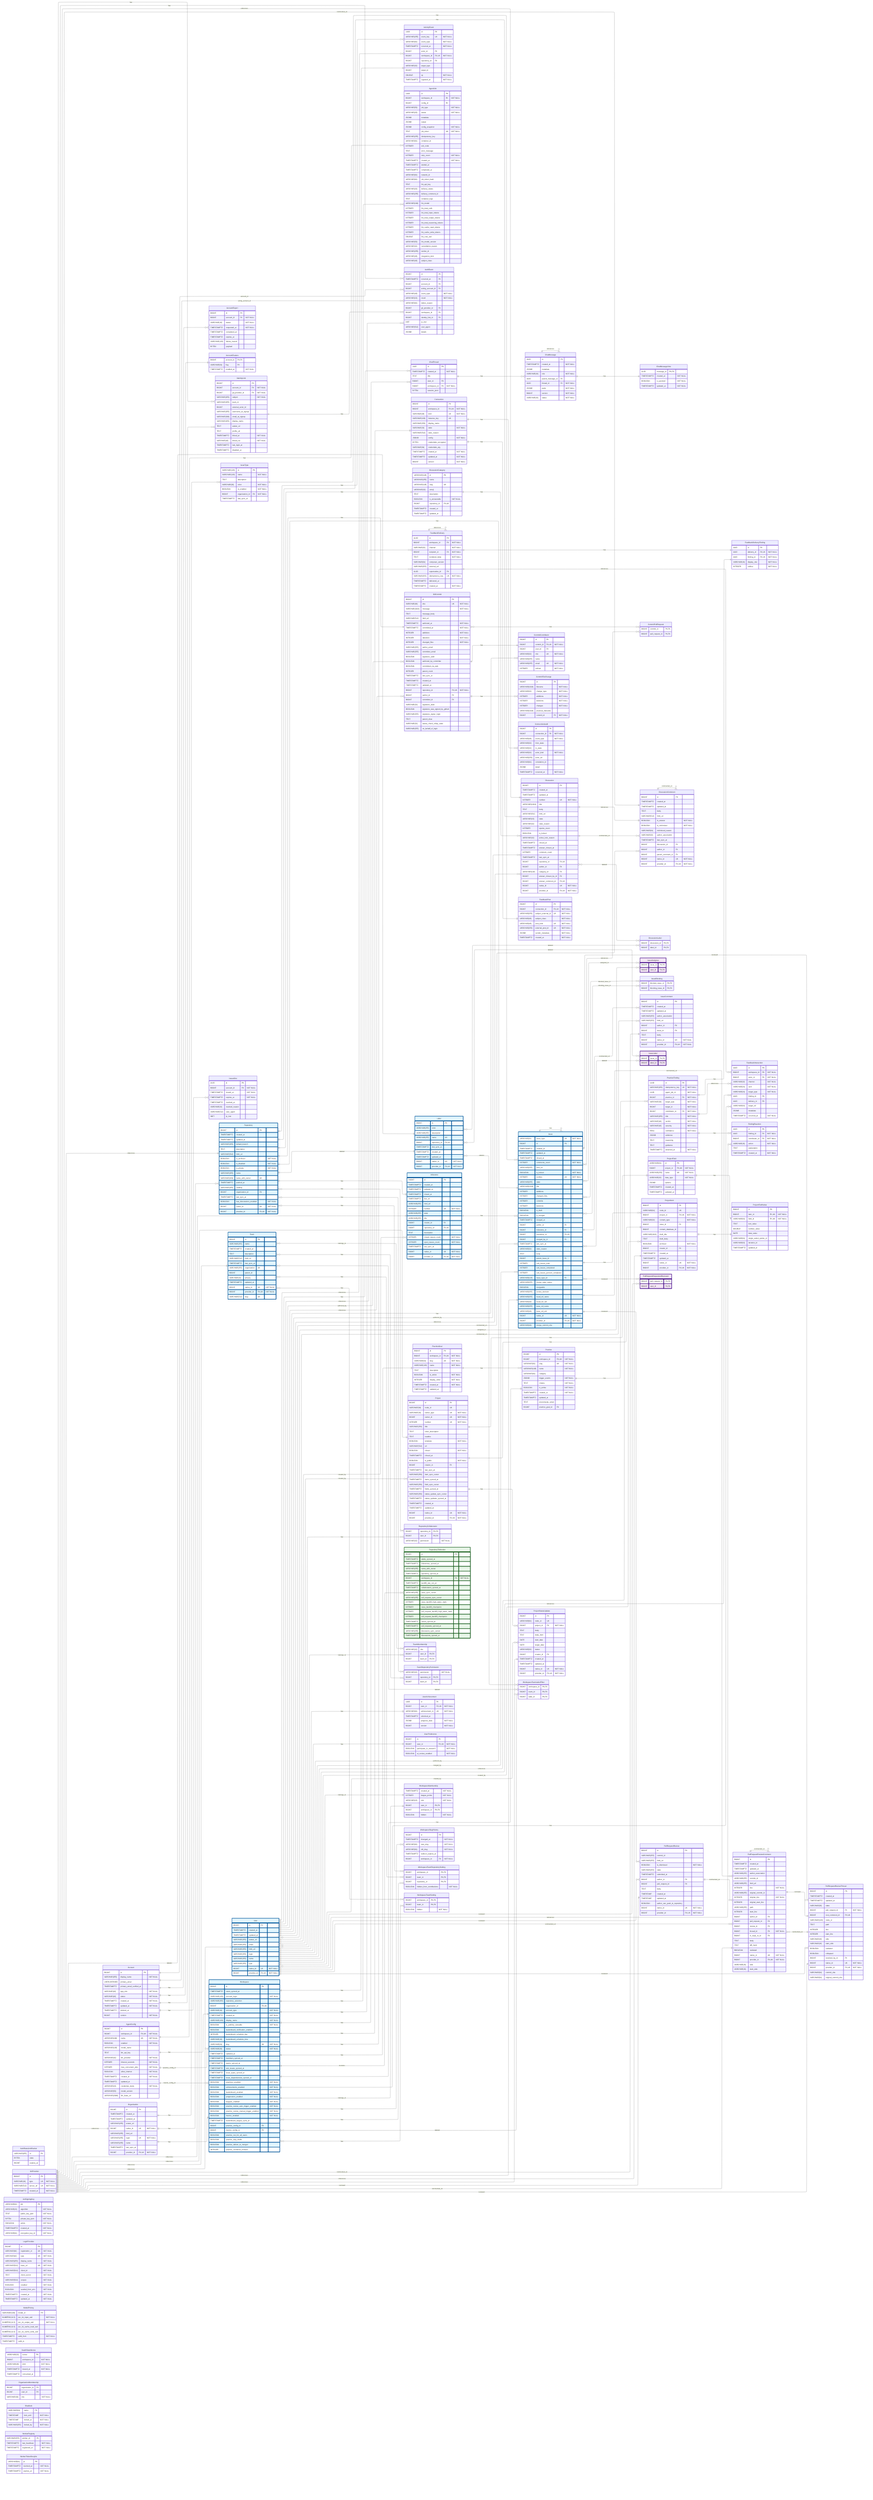
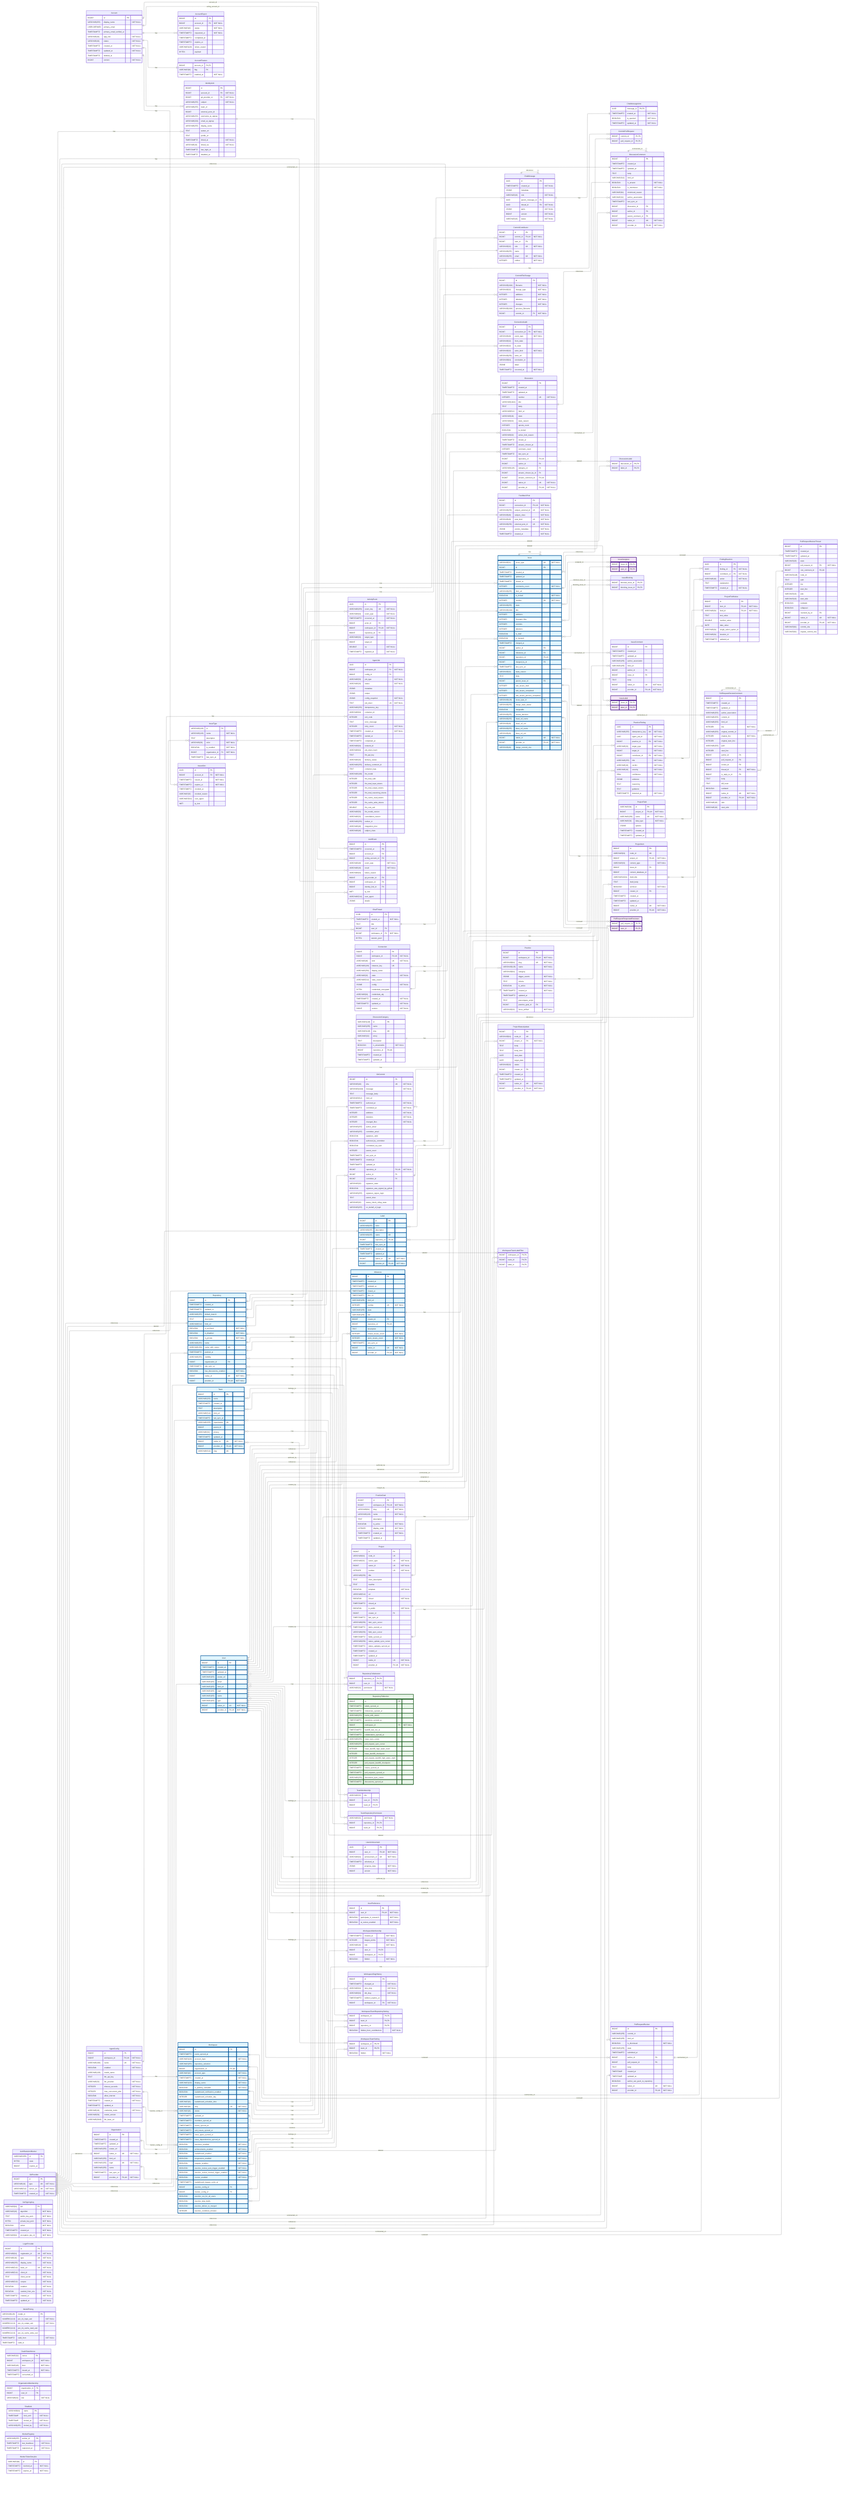
---
config:
    layout: elk
---
erDiagram
    %% Generated automatically from PostgreSQL database schema
    %% using scripts/generate-mermaid-erd.ts
    %% To regenerate: pnpm run db:generate-erd-docs

    direction LR

    Account {
        BIGINT id PK
        VARCHAR(255) display_name "NOT NULL"
        USER-DEFINED primary_email
        TIMESTAMPTZ primary_email_verified_at
        VARCHAR(16) app_role "NOT NULL"
        VARCHAR(16) status "NOT NULL"
        TIMESTAMPTZ created_at "NOT NULL"
        TIMESTAMPTZ updated_at "NOT NULL"
        TIMESTAMPTZ deleted_at
        BIGINT version "NOT NULL"
    }

    AccountExport {
        BIGINT id PK
        BIGINT account_id FK "NOT NULL"
        VARCHAR(16) status "NOT NULL"
        TIMESTAMPTZ requested_at "NOT NULL"
        TIMESTAMPTZ completed_at
        TIMESTAMPTZ expires_at
        VARCHAR(128) failure_reason
        BYTEA payload
    }

    AccountFeature {
        BIGINT account_id PK,FK
        VARCHAR(64) flag PK
        TIMESTAMPTZ enabled_at "NOT NULL"
    }

    ActivityEvent {
        UUID id PK
        VARCHAR(255) event_key UK "NOT NULL"
        VARCHAR(64) event_type "NOT NULL"
        TIMESTAMPTZ occurred_at "NOT NULL"
        BIGINT actor_id FK
        BIGINT workspace_id FK,UK "NOT NULL"
        BIGINT repository_id FK
        VARCHAR(32) target_type
        BIGINT target_id
        DOUBLE xp "NOT NULL"
        TIMESTAMPTZ ingested_at "NOT NULL"
    }

    AgentConfig {
        BIGINT id PK
        BIGINT workspace_id FK,UK "NOT NULL"
        VARCHAR(100) name UK "NOT NULL"
        BOOLEAN enabled "NOT NULL"
        VARCHAR(128) model_name
        TEXT llm_api_key
        VARCHAR(32) llm_provider "NOT NULL"
        INTEGER timeout_seconds "NOT NULL"
        INTEGER max_concurrent_jobs "NOT NULL"
        BOOLEAN allow_internet "NOT NULL"
        TIMESTAMPTZ created_at "NOT NULL"
        TIMESTAMPTZ updated_at
        VARCHAR(16) credential_mode "NOT NULL"
        VARCHAR(50) model_version
        VARCHAR(2048) llm_base_url
    }

    AgentJob {
        UUID id PK
        BIGINT workspace_id FK "NOT NULL"
        BIGINT config_id FK
        VARCHAR(50) job_type "NOT NULL"
        VARCHAR(20) status "NOT NULL"
        JSONB metadata
        JSONB output
        JSONB config_snapshot "NOT NULL"
        TEXT job_token UK "NOT NULL"
        VARCHAR(255) idempotency_key
        VARCHAR(64) container_id
        INTEGER exit_code
        TEXT error_message
        INTEGER retry_count "NOT NULL"
        TIMESTAMPTZ created_at "NOT NULL"
        TIMESTAMPTZ started_at
        TIMESTAMPTZ completed_at
        VARCHAR(64) network_id
        VARCHAR(64) job_token_hash
        TEXT llm_api_key
        VARCHAR(20) delivery_status
        VARCHAR(255) delivery_comment_id
        TEXT container_logs
        VARCHAR(100) llm_model
        INTEGER llm_total_calls
        INTEGER llm_total_input_tokens
        INTEGER llm_total_output_tokens
        INTEGER llm_total_reasoning_tokens
        INTEGER llm_cache_read_tokens
        INTEGER llm_cache_write_tokens
        DOUBLE llm_cost_usd
        VARCHAR(50) llm_model_version
        VARCHAR(32) cancellation_reason
        VARCHAR(255) worker_id
        VARCHAR(48) integration_kind
        VARCHAR(48) subject_class
    }

    AuthEvent {
        BIGINT id PK
        TIMESTAMPTZ occurred_at PK
        BIGINT account_id FK
        BIGINT acting_account_id FK
        VARCHAR(48) event_type "NOT NULL"
        VARCHAR(16) result "NOT NULL"
        VARCHAR(64) failure_reason
        BIGINT git_provider_id FK
        BIGINT workspace_id FK
        BIGINT identity_link_id FK
        INET ip_inet
        VARCHAR(512) user_agent
        JSONB details
    }

    AuthRateLimitBucket {
        VARCHAR(255) id PK
        BYTEA state
        BIGINT expires_at
    }

    ChatMessage {
        UUID id PK
        TIMESTAMPTZ created_at "NOT NULL"
        JSONB metadata
        VARCHAR(16) role "NOT NULL"
        UUID parent_message_id FK
        UUID thread_id FK "NOT NULL"
        JSONB parts "NOT NULL"
        BIGINT version "NOT NULL"
        VARCHAR(16) status "NOT NULL"
    }

    ChatMessageVote {
        UUID message_id PK,FK
        TIMESTAMPTZ created_at "NOT NULL"
        BOOLEAN is_upvoted "NOT NULL"
        TIMESTAMPTZ updated_at "NOT NULL"
    }

    ChatThread {
        UUID id PK
        TIMESTAMPTZ created_at "NOT NULL"
        TEXT title
        BIGINT user_id FK
        BIGINT workspace_id FK "NOT NULL"
        BYTEA session_jsonl
    }

    CommitContributor {
        BIGINT id PK
        BIGINT commit_id FK,UK "NOT NULL"
        BIGINT user_id FK
        VARCHAR(32) role UK "NOT NULL"
        VARCHAR(255) name
        VARCHAR(255) email UK "NOT NULL"
        INTEGER ordinal "NOT NULL"
    }

    CommitFileChange {
        BIGINT id PK
        VARCHAR(1024) filename "NOT NULL"
        VARCHAR(32) change_type "NOT NULL"
        INTEGER additions "NOT NULL"
        INTEGER deletions "NOT NULL"
        INTEGER changes "NOT NULL"
        VARCHAR(1024) previous_filename
        BIGINT commit_id FK "NOT NULL"
    }

    CommitPullRequest {
        BIGINT commit_id PK,FK
        BIGINT pull_request_id PK,FK
    }

    Connection {
        BIGINT id PK
        BIGINT workspace_id FK,UK "NOT NULL"
        VARCHAR(48) kind UK "NOT NULL"
        VARCHAR(128) instance_key UK
        VARCHAR(256) display_name
        VARCHAR(32) state "NOT NULL"
        VARCHAR(512) state_reason
        JSONB config "NOT NULL"
        BYTEA credentials_encrypted
        VARCHAR(64) credentials_alg
        TIMESTAMPTZ created_at "NOT NULL"
        TIMESTAMPTZ updated_at "NOT NULL"
        BIGINT version "NOT NULL"
    }

    ConnectionAudit {
        BIGINT id PK
        BIGINT connection_id FK "NOT NULL"
        VARCHAR(48) event_type "NOT NULL"
        VARCHAR(32) from_state
        VARCHAR(32) to_state
        VARCHAR(32) actor_kind "NOT NULL"
        VARCHAR(256) actor_ref
        VARCHAR(64) correlation_id
        JSONB detail
        TIMESTAMPTZ occurred_at "NOT NULL"
    }

    Discussion {
        BIGINT id PK
        TIMESTAMPTZ created_at
        TIMESTAMPTZ updated_at
        INTEGER number UK "NOT NULL"
        VARCHAR(1024) title
        TEXT body
        VARCHAR(512) html_url
        VARCHAR(16) state
        VARCHAR(32) state_reason
        INTEGER upvote_count
        BOOLEAN is_locked
        VARCHAR(32) active_lock_reason
        TIMESTAMPTZ closed_at
        TIMESTAMPTZ answer_chosen_at
        INTEGER comment_count
        TIMESTAMPTZ last_sync_at
        BIGINT repository_id FK,UK
        BIGINT author_id FK
        VARCHAR(128) category_id FK
        BIGINT answer_chosen_by_id FK
        BIGINT answer_comment_id FK,UK
        BIGINT native_id UK "NOT NULL"
        BIGINT provider_id FK,UK "NOT NULL"
    }

    DiscussionCategory {
        VARCHAR(128) id PK
        VARCHAR(255) name
        VARCHAR(128) slug UK
        VARCHAR(32) emoji
        TEXT description
        BOOLEAN is_answerable "NOT NULL"
        BIGINT repository_id FK,UK
        TIMESTAMPTZ created_at
        TIMESTAMPTZ updated_at
    }

    DiscussionComment {
        BIGINT id PK
        TIMESTAMPTZ created_at
        TIMESTAMPTZ updated_at
        TEXT body
        VARCHAR(512) html_url
        BOOLEAN is_answer "NOT NULL"
        BOOLEAN is_minimized "NOT NULL"
        VARCHAR(64) minimized_reason
        VARCHAR(32) author_association
        TIMESTAMPTZ last_sync_at
        BIGINT discussion_id FK
        BIGINT author_id FK
        BIGINT parent_comment_id FK
        BIGINT native_id UK "NOT NULL"
        BIGINT provider_id FK,UK "NOT NULL"
    }

    DiscussionLabel {
        BIGINT discussion_id PK,FK
        BIGINT label_id PK,FK
-     }
- 
-     FeedbackDelivery {
-         UUID id PK
-         BIGINT workspace_id FK "NOT NULL"
-         VARCHAR(32) channel "NOT NULL"
-         BIGINT recipient_id FK "NOT NULL"
-         TEXT rendered_body "NOT NULL"
-         VARCHAR(64) composer_version
-         VARCHAR(255) external_ref
-         UUID supersedes_id FK
-         VARCHAR(255) idempotency_key UK "NOT NULL"
-         TIMESTAMPTZ delivered_at
-         TIMESTAMPTZ created_at "NOT NULL"
-     }
- 
-     FeedbackDeliveryFinding {
-         UUID id PK
-         UUID delivery_id FK,UK "NOT NULL"
-         UUID finding_id FK,UK "NOT NULL"
-         VARCHAR(16) display_role "NOT NULL"
-         INTEGER ordinal "NOT NULL"
-     }
- 
-     FeedbackInteraction {
-         UUID id PK
-         BIGINT workspace_id FK "NOT NULL"
-         BIGINT actor_id FK "NOT NULL"
-         VARCHAR(32) channel "NOT NULL"
-         VARCHAR(24) verb "NOT NULL"
-         VARCHAR(24) target_type "NOT NULL"
-         UUID finding_id FK
-         UUID delivery_id FK
-         VARCHAR(64) target_ref
-         JSONB metadata
-         TIMESTAMPTZ occurred_at "NOT NULL"
    }

    FeedbackPost {
        BIGINT id PK
        BIGINT connection_id FK,UK "NOT NULL"
        VARCHAR(256) subject_external_id UK "NOT NULL"
        VARCHAR(48) subject_class "NOT NULL"
        VARCHAR(48) post_kind UK "NOT NULL"
        VARCHAR(256) external_post_id UK "NOT NULL"
        JSONB vendor_metadata "NOT NULL"
        TIMESTAMPTZ created_at "NOT NULL"
    }

    FindingReaction {
        UUID id PK
        UUID finding_id FK "NOT NULL"
        BIGINT contributor_id FK "NOT NULL"
        VARCHAR(16) action "NOT NULL"
        TEXT explanation
        TIMESTAMPTZ created_at "NOT NULL"
    }

    GitCommit {
        BIGINT id PK
        VARCHAR(40) sha UK "NOT NULL"
        VARCHAR(1024) message "NOT NULL"
        TEXT message_body
        VARCHAR(512) html_url
        TIMESTAMPTZ authored_at "NOT NULL"
        TIMESTAMPTZ committed_at "NOT NULL"
        INTEGER additions "NOT NULL"
        INTEGER deletions "NOT NULL"
        INTEGER changed_files "NOT NULL"
        VARCHAR(255) author_email
        VARCHAR(255) committer_email
        BOOLEAN signature_valid
        BOOLEAN authored_by_committer
        BOOLEAN committed_via_web
        INTEGER parent_count
        TIMESTAMPTZ last_sync_at
        TIMESTAMPTZ created_at
        TIMESTAMPTZ updated_at
        BIGINT repository_id FK,UK "NOT NULL"
        BIGINT author_id FK
        BIGINT committer_id FK
        VARCHAR(32) signature_state
        BOOLEAN signature_was_signed_by_github
        VARCHAR(255) signature_signer_login
        TEXT parent_shas
        VARCHAR(32) status_check_rollup_state
        VARCHAR(255) on_behalf_of_login
    }

    GitProvider {
        BIGINT id PK
        VARCHAR(10) type UK "NOT NULL"
        VARCHAR(512) server_url UK "NOT NULL"
        TIMESTAMPTZ created_at "NOT NULL"
    }

    IdentityLink {
        BIGINT id PK
        BIGINT account_id FK "NOT NULL"
        BIGINT git_provider_id FK "NOT NULL"
        VARCHAR(255) subject "NOT NULL"
        VARCHAR(255) team_id
        BIGINT external_actor_id
        VARCHAR(255) username_at_signup
        VARCHAR(320) email_at_signup
        VARCHAR(255) display_name
        TEXT avatar_url
        TEXT profile_url
        TIMESTAMPTZ linked_at "NOT NULL"
        VARCHAR(16) linked_via "NOT NULL"
        TIMESTAMPTZ last_login_at
        TIMESTAMPTZ disabled_at
    }

    Issue {
        VARCHAR(31) issue_type UK "NOT NULL"
        BIGINT id PK
        TIMESTAMPTZ created_at
        TIMESTAMPTZ updated_at
        TIMESTAMPTZ closed_at
        INTEGER comments_count "NOT NULL"
        VARCHAR(255) html_url
        BOOLEAN is_locked "NOT NULL"
        INTEGER number UK "NOT NULL"
        VARCHAR(255) state
        VARCHAR(1024) title
        INTEGER additions
        INTEGER changed_files
        INTEGER commits
        INTEGER deletions
        BOOLEAN is_draft
        BOOLEAN is_merged
        TIMESTAMPTZ merged_at
        BIGINT author_id FK
        BIGINT milestone_id FK
        BIGINT repository_id FK,UK
        BIGINT merged_by_id FK
        TIMESTAMPTZ last_sync_at
        VARCHAR(32) state_reason
        TEXT body
        BIGINT parent_issue_id FK
        INTEGER sub_issues_total
        INTEGER sub_issues_completed
        INTEGER sub_issues_percent_completed
        VARCHAR(128) issue_type_id FK
        VARCHAR(255) merge_state_status
        BOOLEAN mergeable
        VARCHAR(255) review_decision
        VARCHAR(255) head_ref_name
        VARCHAR(40) head_ref_oid
        VARCHAR(255) base_ref_name
        VARCHAR(40) base_ref_oid
        BIGINT native_id UK "NOT NULL"
        BIGINT provider_id FK,UK "NOT NULL"
        VARCHAR(40) merge_commit_sha
    }

    IssueAssignee {
        BIGINT issue_id PK,FK
        BIGINT user_id PK,FK
    }

    IssueBlocking {
        BIGINT blocked_issue_id PK,FK
        BIGINT blocking_issue_id PK,FK
    }

    IssueComment {
        BIGINT id PK
        TIMESTAMPTZ created_at
        TIMESTAMPTZ updated_at
        VARCHAR(255) author_association
        VARCHAR(255) html_url
        BIGINT author_id FK
        BIGINT issue_id FK
        TEXT body
        BIGINT native_id UK "NOT NULL"
        BIGINT provider_id FK,UK "NOT NULL"
    }

    IssueLabel {
        BIGINT issue_id PK,FK
        BIGINT label_id PK,FK
    }

    IssueType {
        VARCHAR(128) id PK
        VARCHAR(128) name "NOT NULL"
        TEXT description
        VARCHAR(20) color "NOT NULL"
        BOOLEAN is_enabled "NOT NULL"
        BIGINT organization_id FK "NOT NULL"
        TIMESTAMPTZ last_sync_at
    }

    IssuedJwt {
        UUID jti PK
        BIGINT account_id FK "NOT NULL"
        TIMESTAMPTZ issued_at "NOT NULL"
        TIMESTAMPTZ expires_at "NOT NULL"
        TIMESTAMPTZ revoked_at
        VARCHAR(32) revoked_reason
        VARCHAR(512) user_agent
        INET ip_inet
    }

    JwtSigningKey {
        VARCHAR(64) kid PK
        VARCHAR(16) algorithm "NOT NULL"
        TEXT public_key_pem "NOT NULL"
        BYTEA private_key_pem "NOT NULL"
        BOOLEAN active "NOT NULL"
        TIMESTAMPTZ created_at "NOT NULL"
        VARCHAR(64) encryption_key_id "NOT NULL"
    }

    Label {
        BIGINT id PK
        VARCHAR(255) color
        VARCHAR(255) description
        VARCHAR(255) name UK
        BIGINT repository_id FK,UK
        TIMESTAMPTZ last_sync_at
        TIMESTAMPTZ created_at
        TIMESTAMPTZ updated_at
        BIGINT native_id UK "NOT NULL"
        BIGINT provider_id FK,UK "NOT NULL"
    }

    LoginProvider {
        BIGINT id PK
        VARCHAR(64) registration_id UK "NOT NULL"
        VARCHAR(10) type UK "NOT NULL"
        VARCHAR(255) display_name "NOT NULL"
        VARCHAR(512) base_url UK "NOT NULL"
        VARCHAR(512) client_id "NOT NULL"
        TEXT client_secret "NOT NULL"
        VARCHAR(512) scopes "NOT NULL"
        BOOLEAN enabled "NOT NULL"
        BOOLEAN seeded_from_env "NOT NULL"
        TIMESTAMPTZ created_at "NOT NULL"
        TIMESTAMPTZ updated_at "NOT NULL"
    }

    Milestone {
        BIGINT id PK
        TIMESTAMPTZ created_at
        TIMESTAMPTZ updated_at
        TIMESTAMPTZ closed_at
        TIMESTAMPTZ due_on
        VARCHAR(255) html_url
        INTEGER number UK "NOT NULL"
        VARCHAR(255) state
        VARCHAR(255) title
        BIGINT creator_id FK
        BIGINT repository_id FK,UK
        TEXT description
        INTEGER closed_issues_count "NOT NULL"
        INTEGER open_issues_count "NOT NULL"
        TIMESTAMPTZ last_sync_at
        BIGINT native_id UK "NOT NULL"
        BIGINT provider_id FK,UK "NOT NULL"
    }

    ModelPricing {
        VARCHAR(128) model_id PK
        NUMERIC(12,6) per_1k_input_usd "NOT NULL"
        NUMERIC(12,6) per_1k_output_usd "NOT NULL"
        NUMERIC(12,6) per_1k_cache_read_usd
        NUMERIC(12,6) per_1k_cache_write_usd
        TIMESTAMPTZ valid_from "NOT NULL"
        TIMESTAMPTZ valid_to
    }

    OauthStateNonce {
        VARCHAR(32) nonce PK
        BIGINT workspace_id "NOT NULL"
        VARCHAR(48) kind "NOT NULL"
        TIMESTAMPTZ issued_at "NOT NULL"
        TIMESTAMPTZ consumed_at
    }

    Organization {
        BIGINT id PK
        TIMESTAMPTZ created_at
        TIMESTAMPTZ updated_at
        VARCHAR(255) avatar_url
        BIGINT native_id UK "NOT NULL"
        VARCHAR(255) html_url
        VARCHAR(255) login UK "NOT NULL"
        VARCHAR(255) name
        TIMESTAMPTZ last_sync_at
        BIGINT provider_id FK,UK "NOT NULL"
    }

    OrganizationMembership {
        BIGINT organization_id PK
        BIGINT user_id PK
        VARCHAR(32) role "NOT NULL"
    }

    Practice {
        BIGINT id PK
        BIGINT workspace_id FK,UK "NOT NULL"
        VARCHAR(64) slug UK "NOT NULL"
        VARCHAR(128) name "NOT NULL"
        VARCHAR(64) category
        JSONB trigger_events "NOT NULL"
        TEXT criteria "NOT NULL"
        BOOLEAN is_active "NOT NULL"
        TIMESTAMPTZ created_at "NOT NULL"
        TIMESTAMPTZ updated_at
        TEXT precompute_script
        BIGINT practice_goal_id FK
+         VARCHAR(32) focus_artifact "NOT NULL"
    }

    PracticeFinding {
        UUID id PK
        VARCHAR(255) idempotency_key UK "NOT NULL"
        UUID agent_job_id "NOT NULL"
        BIGINT practice_id FK "NOT NULL"
        VARCHAR(32) target_type "NOT NULL"
        BIGINT target_id "NOT NULL"
        BIGINT contributor_id FK "NOT NULL"
        VARCHAR(255) title "NOT NULL"
        VARCHAR(16) verdict "NOT NULL"
        VARCHAR(16) severity "NOT NULL"
        REAL confidence "NOT NULL"
        JSONB evidence
        TEXT reasoning
        TEXT guidance
        TIMESTAMPTZ detected_at "NOT NULL"
    }

    PracticeGoal {
        BIGINT id PK
        BIGINT workspace_id FK,UK "NOT NULL"
        VARCHAR(64) slug UK "NOT NULL"
        VARCHAR(128) name "NOT NULL"
        TEXT description
        BOOLEAN is_active "NOT NULL"
        INTEGER display_order "NOT NULL"
        TIMESTAMPTZ created_at "NOT NULL"
        TIMESTAMPTZ updated_at
    }

    Project {
        BIGINT id PK
        VARCHAR(64) node_id UK
        VARCHAR(32) owner_type UK "NOT NULL"
        BIGINT owner_id UK "NOT NULL"
        INTEGER number UK "NOT NULL"
        VARCHAR(256) title
        TEXT short_description
        TEXT readme
        BOOLEAN template "NOT NULL"
        VARCHAR(512) url
        BOOLEAN closed "NOT NULL"
        TIMESTAMPTZ closed_at
        BOOLEAN is_public "NOT NULL"
        BIGINT creator_id FK
        TIMESTAMPTZ last_sync_at
        VARCHAR(256) item_sync_cursor
        TIMESTAMPTZ items_synced_at
        VARCHAR(256) field_sync_cursor
        TIMESTAMPTZ fields_synced_at
        VARCHAR(256) status_update_sync_cursor
        TIMESTAMPTZ status_updates_synced_at
        TIMESTAMPTZ created_at
        TIMESTAMPTZ updated_at
        BIGINT native_id UK "NOT NULL"
        BIGINT provider_id FK,UK "NOT NULL"
    }

    ProjectField {
        VARCHAR(64) id PK
        BIGINT project_id FK,UK "NOT NULL"
        VARCHAR(256) name UK "NOT NULL"
        VARCHAR(32) data_type "NOT NULL"
        JSONB options
        TIMESTAMPTZ created_at
        TIMESTAMPTZ updated_at
    }

    ProjectFieldValue {
        BIGINT id PK
        BIGINT item_id FK,UK "NOT NULL"
        VARCHAR(64) field_id FK,UK "NOT NULL"
        TEXT text_value
        DOUBLE number_value
        DATE date_value
        VARCHAR(64) single_select_option_id
        VARCHAR(64) iteration_id
        TIMESTAMPTZ updated_at
    }

    ProjectItem {
        BIGINT id PK
        VARCHAR(64) node_id UK
        BIGINT project_id FK,UK "NOT NULL"
        VARCHAR(32) content_type "NOT NULL"
        BIGINT issue_id FK
        BIGINT content_database_id
        VARCHAR(1024) draft_title
        TEXT draft_body
        BOOLEAN archived "NOT NULL"
        BIGINT creator_id FK
        TIMESTAMPTZ created_at
        TIMESTAMPTZ updated_at
        BIGINT native_id UK "NOT NULL"
        BIGINT provider_id FK,UK "NOT NULL"
    }

    ProjectStatusUpdate {
        BIGINT id PK
        VARCHAR(64) node_id UK
        BIGINT project_id FK "NOT NULL"
        TEXT body
        TEXT body_html
        DATE start_date
        DATE target_date
        VARCHAR(32) status
        BIGINT creator_id FK
        TIMESTAMPTZ created_at
        TIMESTAMPTZ updated_at
        BIGINT native_id UK "NOT NULL"
        BIGINT provider_id FK,UK "NOT NULL"
    }

    PullRequestRequestedReviewer {
        BIGINT pull_request_id PK,FK
        BIGINT user_id PK,FK
    }

    PullRequestReview {
        BIGINT id PK
        VARCHAR(255) commit_id
        VARCHAR(255) html_url
        BOOLEAN is_dismissed "NOT NULL"
        VARCHAR(255) state
        TIMESTAMPTZ submitted_at
        BIGINT author_id FK
        BIGINT pull_request_id FK
        TEXT body
        TIMESTAMP created_at
        TIMESTAMP updated_at
        BOOLEAN author_can_push_to_repository
        BIGINT native_id UK "NOT NULL"
        BIGINT provider_id FK,UK "NOT NULL"
    }

    PullRequestReviewComment {
        BIGINT id PK
        TIMESTAMPTZ created_at
        TIMESTAMPTZ updated_at
        VARCHAR(255) author_association
        VARCHAR(255) commit_id
        VARCHAR(255) html_url
        INTEGER line "NOT NULL"
        VARCHAR(255) original_commit_id
        INTEGER original_line "NOT NULL"
        INTEGER original_start_line
        VARCHAR(255) path
        INTEGER start_line
        BIGINT author_id FK
        BIGINT pull_request_id FK
        BIGINT review_id FK
        BIGINT thread_id FK "NOT NULL"
        BIGINT in_reply_to_id FK
        TEXT body
        TEXT diff_hunk
        BOOLEAN outdated
        BIGINT native_id UK "NOT NULL"
        BIGINT provider_id FK,UK "NOT NULL"
        VARCHAR(16) side
        VARCHAR(16) start_side
    }

    PullRequestReviewThread {
        BIGINT id PK
        TIMESTAMPTZ created_at
        TIMESTAMPTZ updated_at
        VARCHAR(20) state
        BIGINT pull_request_id FK "NOT NULL"
        BIGINT root_comment_id FK,UK
        VARCHAR(128) node_id
        TEXT path
        INTEGER line
        INTEGER start_line
        VARCHAR(16) side
        VARCHAR(16) start_side
        BOOLEAN outdated
        BOOLEAN collapsed
        BIGINT resolved_by_id FK
        BIGINT native_id UK "NOT NULL"
        BIGINT provider_id FK,UK "NOT NULL"
        VARCHAR(64) commit_sha
        VARCHAR(64) original_commit_sha
    }

    Repository {
        BIGINT id PK
        TIMESTAMPTZ created_at
        TIMESTAMPTZ updated_at
        VARCHAR(255) default_branch
        TEXT description
        VARCHAR(512) html_url
        BOOLEAN is_archived "NOT NULL"
        BOOLEAN is_disabled "NOT NULL"
        BOOLEAN is_private "NOT NULL"
        VARCHAR(255) name
        VARCHAR(150) name_with_owner UK
        TIMESTAMPTZ pushed_at
        VARCHAR(255) visibility
        BIGINT organization_id FK
        TIMESTAMPTZ last_sync_at
        BOOLEAN has_discussions_enabled "NOT NULL"
        BIGINT native_id UK "NOT NULL"
        BIGINT provider_id FK,UK "NOT NULL"
    }

    RepositoryCollaborator {
        BIGINT repository_id PK,FK
        BIGINT user_id PK,FK
        VARCHAR(32) permission "NOT NULL"
    }

    RepositoryToMonitor {
        BIGINT id PK
        TIMESTAMPTZ labels_synced_at
        TIMESTAMPTZ milestones_synced_at
        VARCHAR(255) name_with_owner
        TIMESTAMPTZ repository_synced_at
        BIGINT workspace_id FK "NOT NULL"
        TIMESTAMPTZ backfill_last_run_at
        TIMESTAMPTZ collaborators_synced_at
        VARCHAR(255) issue_sync_cursor
        VARCHAR(255) pull_request_sync_cursor
        INTEGER issue_backfill_high_water_mark
        INTEGER issue_backfill_checkpoint
        INTEGER pull_request_backfill_high_water_mark
        INTEGER pull_request_backfill_checkpoint
        TIMESTAMPTZ issues_synced_at
        TIMESTAMPTZ pull_requests_synced_at
        VARCHAR(255) discussion_sync_cursor
        TIMESTAMPTZ discussions_synced_at
    }

    Shedlock {
        VARCHAR(64) name PK
        TIMESTAMP lock_until "NOT NULL"
        TIMESTAMP locked_at "NOT NULL"
        VARCHAR(255) locked_by "NOT NULL"
    }

    Team {
        BIGINT id PK
        VARCHAR(255) name
        TIMESTAMPTZ created_at
        TEXT description
        VARCHAR(512) html_url
        TIMESTAMPTZ last_sync_at
        VARCHAR(255) organization UK
        BIGINT parent_id
        VARCHAR(32) privacy
        TIMESTAMPTZ updated_at
        BIGINT native_id UK "NOT NULL"
        BIGINT provider_id FK,UK "NOT NULL"
        VARCHAR(512) slug UK
    }

    TeamMembership {
        VARCHAR(32) role
        BIGINT user_id PK,FK
        BIGINT team_id PK,FK
    }

    TeamRepositoryPermission {
        VARCHAR(32) permission "NOT NULL"
        BIGINT repository_id PK,FK
        BIGINT team_id PK,FK
    }

    User {
        BIGINT id PK
        TIMESTAMPTZ created_at
        TIMESTAMPTZ updated_at
        VARCHAR(255) avatar_url
        VARCHAR(255) email
        VARCHAR(255) html_url
        VARCHAR(255) login
        VARCHAR(255) name
        VARCHAR(255) type
        BIGINT native_id UK "NOT NULL"
        BIGINT provider_id FK,UK "NOT NULL"
    }

    UserAchievement {
        UUID id PK
        BIGINT user_id FK,UK "NOT NULL"
        VARCHAR(64) achievement_id UK "NOT NULL"
        TIMESTAMPTZ unlocked_at
        JSONB progress_data "NOT NULL"
        BIGINT version "NOT NULL"
    }

    UserPreference {
        BIGINT id PK
        BIGINT user_id FK,UK "NOT NULL"
        BOOLEAN participate_in_research "NOT NULL"
        BOOLEAN ai_review_enabled "NOT NULL"
    }

    WorkerRegistry {
        VARCHAR(255) worker_id PK
        TIMESTAMPTZ last_heartbeat "NOT NULL"
        TIMESTAMPTZ registered_at "NOT NULL"
    }

    WorkerTokenDenylist {
        VARCHAR(64) jti PK
        TIMESTAMPTZ revoked_at "NOT NULL"
        TIMESTAMPTZ expires_at "NOT NULL"
    }

    Workspace {
        BIGINT id PK
        TIMESTAMPTZ users_synced_at
        VARCHAR(120) account_login "NOT NULL"
        VARCHAR(255) repository_selection
        BIGINT organization_id FK,UK
        VARCHAR(10) account_type "NOT NULL"
        TIMESTAMPTZ created_at "NOT NULL"
        VARCHAR(120) display_name "NOT NULL"
        BOOLEAN is_publicly_viewable "NOT NULL"
        BOOLEAN leaderboard_notification_enabled
        INTEGER leaderboard_schedule_day
        VARCHAR(10) leaderboard_schedule_time
        VARCHAR(64) slug UK "NOT NULL"
        VARCHAR(20) status "NOT NULL"
        TIMESTAMPTZ updated_at
        TIMESTAMPTZ members_synced_at
        TIMESTAMPTZ teams_synced_at
        TIMESTAMPTZ sub_issues_synced_at
        TIMESTAMPTZ issue_types_synced_at
        TIMESTAMPTZ issue_dependencies_synced_at
        BOOLEAN practices_enabled "NOT NULL"
        BOOLEAN achievements_enabled "NOT NULL"
        BOOLEAN leaderboard_enabled "NOT NULL"
        BOOLEAN progression_enabled "NOT NULL"
        BOOLEAN leagues_enabled "NOT NULL"
        BOOLEAN practice_review_auto_trigger_enabled "NOT NULL"
        BOOLEAN practice_review_manual_trigger_enabled "NOT NULL"
        BOOLEAN mentor_enabled "NOT NULL"
        TIMESTAMPTZ leaderboard_league_cycle_at
        BIGINT practice_config_id FK
        BIGINT mentor_config_id FK
        BOOLEAN practice_run_for_all_users
        BOOLEAN practice_skip_drafts
        BOOLEAN practice_deliver_to_merged
        INTEGER practice_cooldown_minutes
    }

    WorkspaceMembership {
        TIMESTAMPTZ created_at "NOT NULL"
        INTEGER league_points "NOT NULL"
        VARCHAR(16) role "NOT NULL"
        BIGINT user_id PK,FK
        BIGINT workspace_id PK,FK
        BOOLEAN hidden "NOT NULL"
    }

    WorkspaceSlugHistory {
        BIGINT id PK
        TIMESTAMPTZ changed_at "NOT NULL"
        VARCHAR(64) new_slug "NOT NULL"
        VARCHAR(64) old_slug "NOT NULL"
        TIMESTAMPTZ redirect_expires_at
        BIGINT workspace_id FK "NOT NULL"
    }

    WorkspaceTeamLabelFilter {
        BIGINT workspace_id PK,FK
        BIGINT team_id PK,FK
        BIGINT label_id PK,FK
    }

    WorkspaceTeamRepositorySetting {
        BIGINT workspace_id PK,FK
        BIGINT team_id PK,FK
        BIGINT repository_id PK,FK
        BOOLEAN hidden_from_contributions "NOT NULL"
    }

    WorkspaceTeamSetting {
        BIGINT workspace_id PK,FK
        BIGINT team_id PK,FK
        BOOLEAN hidden "NOT NULL"
    }

    %% Relationships
    %% One-to-One relationships
    Account ||--|| AccountFeature : has
    Workspace ||--|| ActivityEvent : has
    Workspace ||--|| AgentConfig : has
    ChatMessage ||--|| ChatMessageVote : has
    GitCommit ||--|| CommitContributor : has
    Workspace ||--|| Connection : has
    Repository ||--|| Discussion : has
    DiscussionComment ||--|| Discussion : references
    GitProvider ||--|| Discussion : references
    Repository ||--|| DiscussionCategory : has
    GitProvider ||--|| DiscussionComment : commented_on
-     FeedbackDelivery ||--|| FeedbackDeliveryFinding : has
-     PracticeFinding ||--|| FeedbackDeliveryFinding : has
    Connection ||--|| FeedbackPost : has
    Repository ||--|| GitCommit : has
    Repository ||--|| Issue : has
    GitProvider ||--|| Issue : references
    GitProvider ||--|| IssueComment : commented_on
    Repository ||--|| Label : labeled
    GitProvider ||--|| Label : labeled
    Repository ||--|| Milestone : has
    GitProvider ||--|| Milestone : references
    GitProvider ||--|| Organization : references
    Workspace ||--|| Practice : has
    Workspace ||--|| PracticeGoal : has
    GitProvider ||--|| Project : references
    Project ||--|| ProjectField : has
    ProjectItem ||--|| ProjectFieldValue : has
    ProjectField ||--|| ProjectFieldValue : has
    Project ||--|| ProjectItem : has
    GitProvider ||--|| ProjectItem : references
    GitProvider ||--|| ProjectStatusUpdate : references
    GitProvider ||--|| PullRequestReview : reviewed
    GitProvider ||--|| PullRequestReviewComment : commented_on
    PullRequestReviewComment ||--|| PullRequestReviewThread : reviewed
    GitProvider ||--|| PullRequestReviewThread : reviewed
    GitProvider ||--|| Repository : references
    GitProvider ||--|| Team : references
    GitProvider ||--|| User : references
    User ||--|| UserAchievement : has
    User ||--|| UserPreference : has
    Organization ||--|| Workspace : has
    User ||--|| WorkspaceMembership : belongs_to
    Workspace ||--|| WorkspaceMembership : belongs_to

    %% One-to-Many relationships
    Account ||--o{ AccountExport : has
    User ||--o{ ActivityEvent : references
    Repository ||--o{ ActivityEvent : has
    Workspace ||--o{ AgentJob : has
    AgentConfig ||--o{ AgentJob : has
    Account ||--o{ AuthEvent : account_id
    Account ||--o{ AuthEvent : acting_account_id
    GitProvider ||--o{ AuthEvent : has
    Workspace ||--o{ AuthEvent : has
    IdentityLink ||--o{ AuthEvent : has
    ChatMessage ||--o{ ChatMessage : references
    ChatThread ||--o{ ChatMessage : has
    User ||--o{ ChatThread : has
    Workspace ||--o{ ChatThread : has
    User ||--o{ CommitContributor : has
    GitCommit ||--o{ CommitFileChange : has
    Connection ||--o{ ConnectionAudit : has
    User ||--o{ Discussion : authored_by
    DiscussionCategory ||--o{ Discussion : has
    User ||--o{ Discussion : references
    Discussion ||--o{ DiscussionComment : commented_on
    User ||--o{ DiscussionComment : commented_on
    DiscussionComment ||--o{ DiscussionComment : commented_on
-     Workspace ||--o{ FeedbackDelivery : has
-     User ||--o{ FeedbackDelivery : references
-     FeedbackDelivery ||--o{ FeedbackDelivery : references
-     Workspace ||--o{ FeedbackInteraction : has
-     User ||--o{ FeedbackInteraction : references
-     PracticeFinding ||--o{ FeedbackInteraction : references
-     FeedbackDelivery ||--o{ FeedbackInteraction : references
    PracticeFinding ||--o{ FindingReaction : has
    User ||--o{ FindingReaction : references
    User ||--o{ GitCommit : authored_by
    User ||--o{ GitCommit : references
    Account ||--o{ IdentityLink : has
    GitProvider ||--o{ IdentityLink : has
    User ||--o{ Issue : authored_by
    Milestone ||--o{ Issue : has
    User ||--o{ Issue : merged_by
    Issue ||--o{ Issue : has
    IssueType ||--o{ Issue : has
    User ||--o{ IssueComment : commented_on
    Issue ||--o{ IssueComment : commented_on
    Organization ||--o{ IssueType : has
    Account ||--o{ IssuedJwt : has
    User ||--o{ Milestone : created_by
    PracticeGoal ||--o{ Practice : has
    Practice ||--o{ PracticeFinding : has
    User ||--o{ PracticeFinding : references
    User ||--o{ Project : created_by
    Issue ||--o{ ProjectItem : has
    User ||--o{ ProjectItem : created_by
    Project ||--o{ ProjectStatusUpdate : has
    User ||--o{ ProjectStatusUpdate : created_by
    User ||--o{ PullRequestReview : reviewed
    Issue ||--o{ PullRequestReview : reviewed
    User ||--o{ PullRequestReviewComment : commented_on
    Issue ||--o{ PullRequestReviewComment : commented_on
    PullRequestReview ||--o{ PullRequestReviewComment : commented_on
    PullRequestReviewThread ||--o{ PullRequestReviewComment : commented_on
    PullRequestReviewComment ||--o{ PullRequestReviewComment : commented_on
    Issue ||--o{ PullRequestReviewThread : reviewed
    User ||--o{ PullRequestReviewThread : reviewed
    Organization ||--o{ Repository : has
    Workspace ||--o{ RepositoryToMonitor : monitors
    AgentConfig ||--o{ Workspace : practice_config_id
    AgentConfig ||--o{ Workspace : mentor_config_id
    Workspace ||--o{ WorkspaceSlugHistory : has

    %% Many-to-Many relationships
    GitCommit }o--o{ CommitPullRequest : has
    Issue }o--o{ CommitPullRequest : references
    Discussion }o--o{ DiscussionLabel : labeled
    Label }o--o{ DiscussionLabel : labeled
    Issue }o--o{ IssueAssignee : assigned_to
    User }o--o{ IssueAssignee : assigned_to
    Issue }o--o{ IssueBlocking : blocked_issue_id
    Issue }o--o{ IssueBlocking : blocking_issue_id
    Issue }o--o{ IssueLabel : labeled
    Label }o--o{ IssueLabel : labeled
    Issue }o--o{ PullRequestRequestedReviewer : reviewed
    User }o--o{ PullRequestRequestedReviewer : reviewed
    Repository }o--o{ RepositoryCollaborator : has
    User }o--o{ RepositoryCollaborator : has
    User }o--o{ TeamMembership : belongs_to
    Team }o--o{ TeamMembership : belongs_to
    Repository }o--o{ TeamRepositoryPermission : has
    Team }o--o{ TeamRepositoryPermission : has
    Workspace }o--o{ WorkspaceTeamLabelFilter : labeled
    Team }o--o{ WorkspaceTeamLabelFilter : labeled
    Label }o--o{ WorkspaceTeamLabelFilter : labeled
    Workspace }o--o{ WorkspaceTeamRepositorySetting : has
    Team }o--o{ WorkspaceTeamRepositorySetting : has
    Repository }o--o{ WorkspaceTeamRepositorySetting : has
    Workspace }o--o{ WorkspaceTeamSetting : has
    Team }o--o{ WorkspaceTeamSetting : has

    %% Styling
    classDef primaryEntity fill:#e1f5fe,stroke:#01579b,stroke-width:2px
    classDef associationEntity fill:#f3e5f5,stroke:#4a148c,stroke-width:2px
    classDef metadataEntity fill:#e8f5e8,stroke:#1b5e20,stroke-width:2px

    class Issue primaryEntity
    class IssueAssignee associationEntity
    class IssueLabel associationEntity
    class Label primaryEntity
    class Milestone primaryEntity
    class PullRequestRequestedReviewer associationEntity
    class Repository primaryEntity
    class RepositoryToMonitor metadataEntity
    class Team primaryEntity
    class User primaryEntity
    class Workspace primaryEntity
